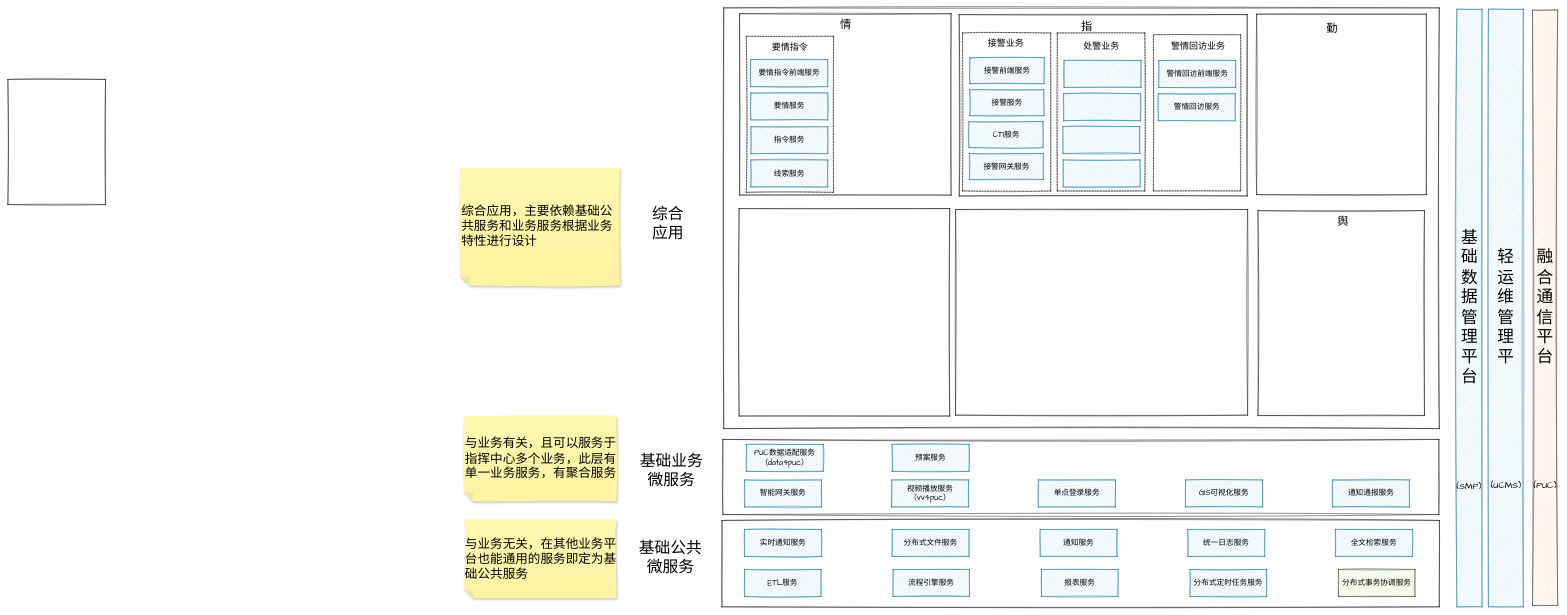
The draw.io diagram page "服务分层分域结构图" (2 of 3) of 基于云平台的微服务架构.drawio in chensiyu123456/drawio-files, before the edit. Source tidied: cells renumbered, new cells numbered last; positions are measured from the earlier drawing's top-left corner, leaving out a move shared by most shapes. Both pictures are drawn from the tidied source at 45%, with x=0, y=0 at pixel (8, 8).
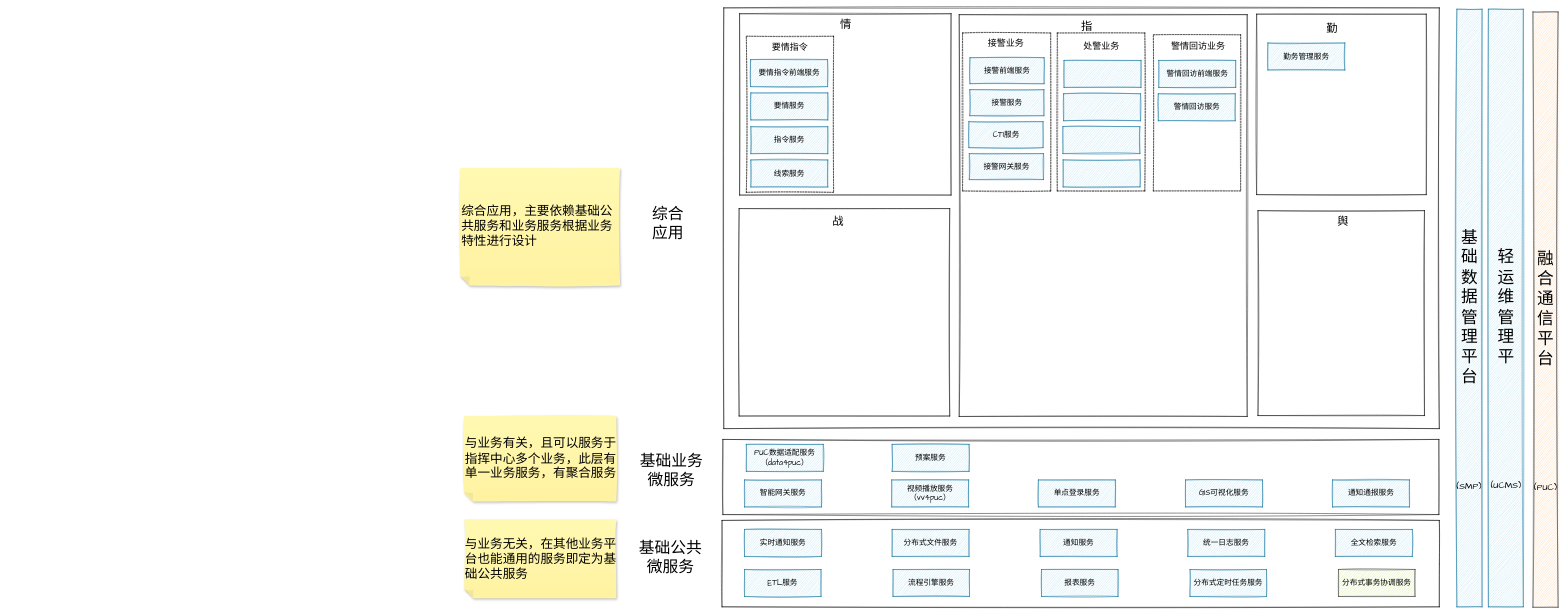
The same page after the edit.

Commit message:
更新基于云平台的微服务架构.drawio

Change to the diagram source:
```diff
@@
     <mxCell id="3" style="rounded=0;whiteSpace=wrap;html=1;sketch=1;hachureGap=4;fontFamily=Architects Daughter;fontSize=20;fontColor=#000000;" parent="1" vertex="1">
-      <mxGeometry x="2114" y="15" width="640" height="403" as="geometry" />
+      <mxGeometry x="2114" y="15" width="640" height="893" as="geometry" />
     </mxCell>
@@
     <mxCell id="18" style="group;" parent="1" vertex="1">
-      <mxGeometry x="3385" y="5" width="61" height="1323" as="geometry" />
+      <mxGeometry x="3386" y="9" width="61" height="1323" as="geometry" />
     </mxCell>
@@
-    <mxCell id="46" style="rounded=0;whiteSpace=wrap;html=1;sketch=1;hachureGap=4;fontFamily=Architects Daughter;fontSize=20;" parent="1" vertex="1">
-      <mxGeometry x="2106" y="448" width="649" height="457" as="geometry" />
-    </mxCell>
@@
-    <mxCell id="69" style="rounded=0;whiteSpace=wrap;html=1;sketch=1;hachureGap=4;fontFamily=Architects Daughter;fontSize=20;" parent="1" vertex="1">
-      <mxGeometry y="159" width="217" height="278" as="geometry" />
-    </mxCell>
+    <mxCell id="70" value="勤务管理服务" style="rounded=0;whiteSpace=wrap;html=1;sketch=1;hachureGap=4;fontFamily=Architects Daughter;fontSize=17;fillColor=#b1ddf0;strokeColor=#10739e;" parent="1" vertex="1">
+      <mxGeometry x="2800" y="78" width="171" height="60" as="geometry" />
+    </mxCell>
+    <mxCell id="71" value="战" style="text;strokeColor=none;fillColor=none;html=1;align=center;verticalAlign=middle;whiteSpace=wrap;rounded=0;sketch=1;hachureGap=4;fontFamily=Architects Daughter;fontSize=25;fontColor=#000000;" parent="1" vertex="1">
+      <mxGeometry x="1729" y="466" width="232" height="18" as="geometry" />
+    </mxCell>
```
